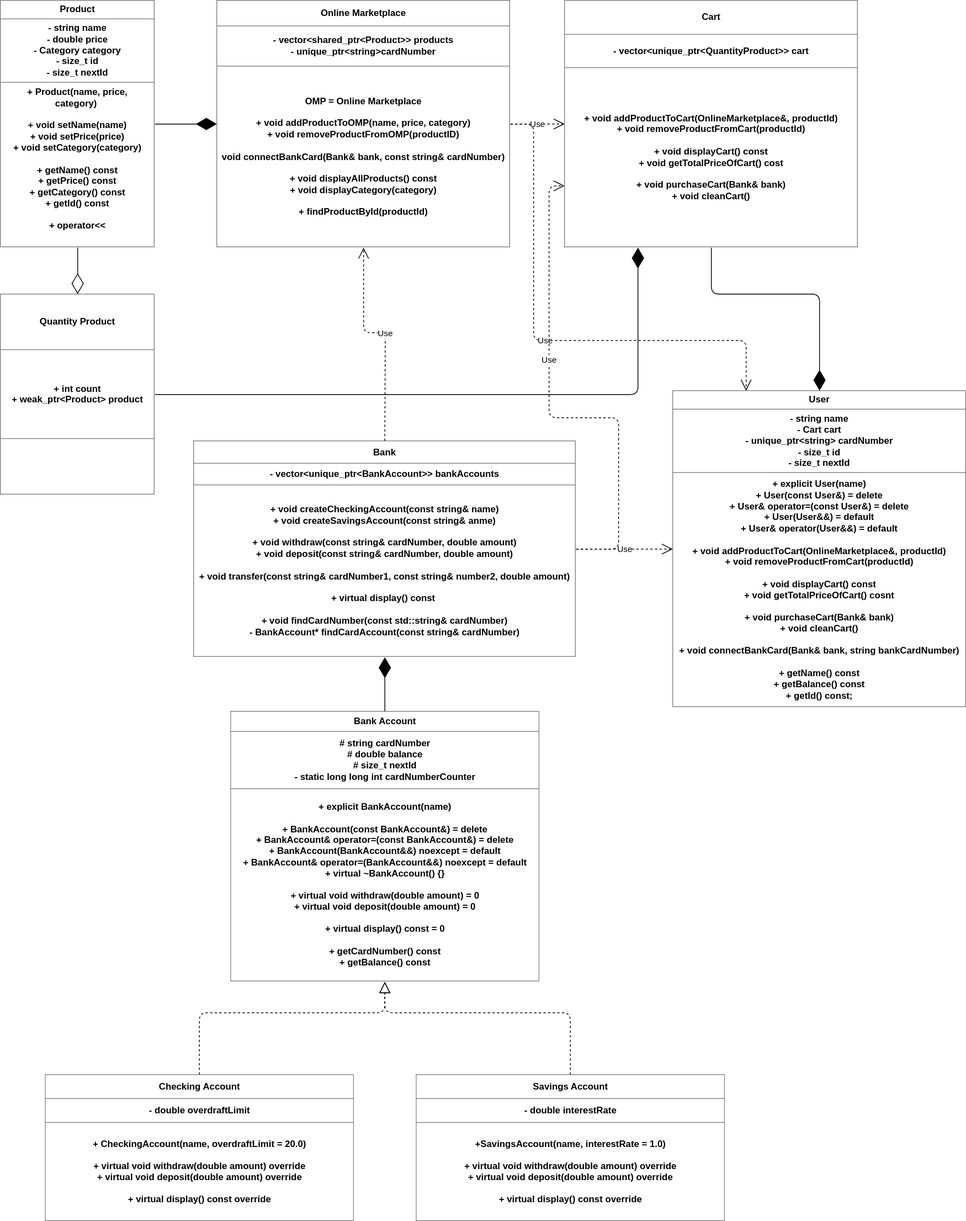
Earlier version of the draw.io export UML.svg (edgar01012006/Cpp_Online_Marketplace). Source tidied: cells renumbered, new cells last; positions are measured from the earlier drawing's top-left corner, leaving out a move shared by most shapes.
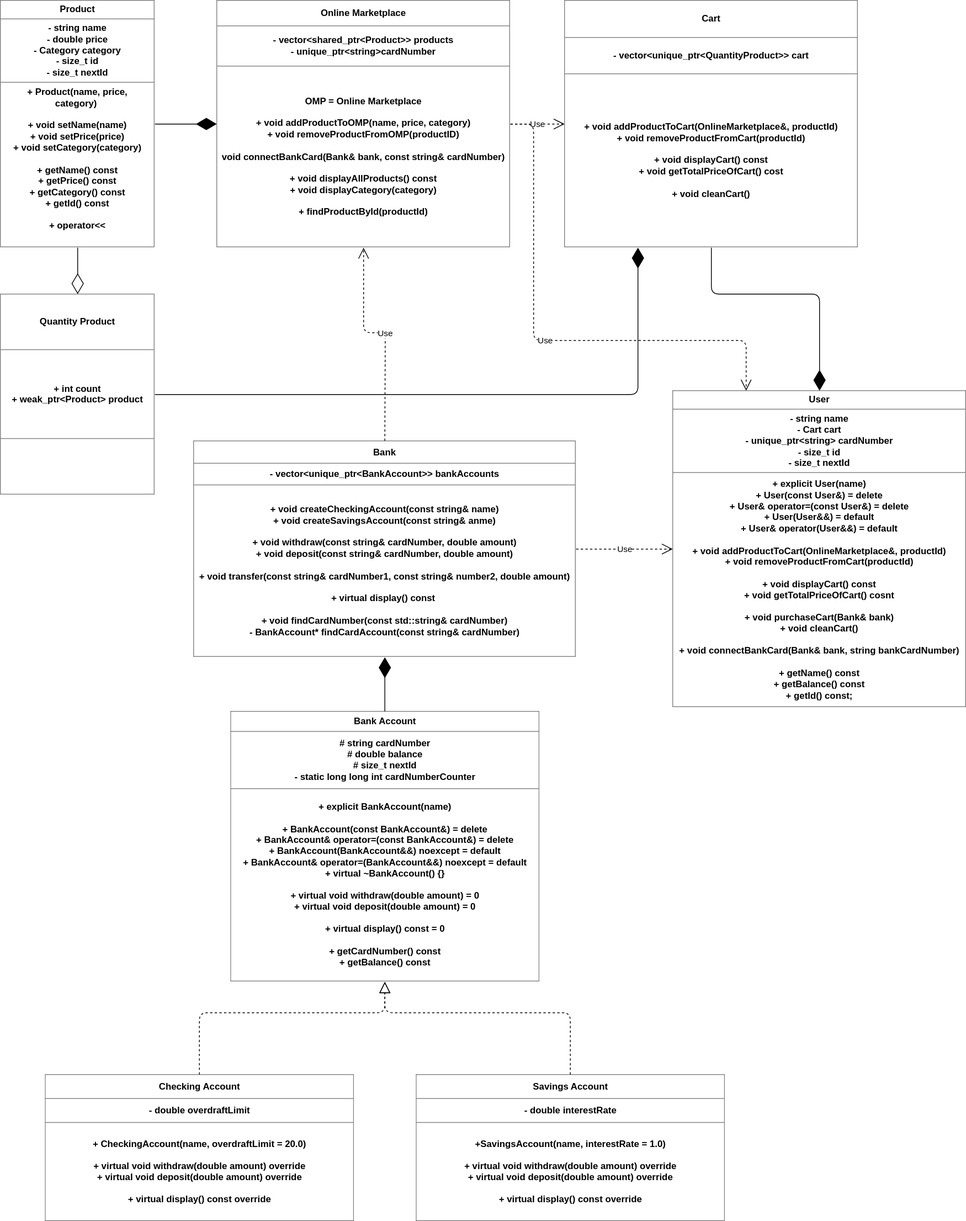
After the change.

Change to the diagram source:
```diff
@@ -11,7 +11,7 @@
     <mxCell id="4" style="endArrow=diamondThin;endFill=1;endSize=24;html=1;exitX=1;exitY=0.5;exitDx=0;exitDy=0;entryX=0;entryY=0.5;entryDx=0;entryDy=0;" parent="1" edge="1" source="2" target="3">
       <mxGeometry relative="1" as="geometry" />
     </mxCell>
-    <mxCell id="5" value="&lt;table border=&quot;1&quot; width=&quot;100%&quot; height=&quot;100%&quot; cellpadding=&quot;4&quot; style=&quot;width:100%;height:100%;border-collapse:collapse;&quot;&gt;&lt;tbody&gt;&lt;tr&gt;&lt;th align=&quot;center&quot;&gt;&lt;font style=&quot;color: light-dark(rgb(0, 0, 0), rgb(255, 255, 255));&quot;&gt;Cart&lt;/font&gt;&lt;/th&gt;&lt;/tr&gt;&lt;tr&gt;&lt;td align=&quot;center&quot;&gt;&lt;b&gt;- vector&amp;lt;unique_ptr&amp;lt;QuantityProduct&amp;gt;&amp;gt; cart&lt;/b&gt;&lt;/td&gt;&lt;/tr&gt;&lt;tr&gt;&lt;td align=&quot;center&quot;&gt;&lt;b&gt;+ void addProductToCart(OnlineMarketplace&amp;amp;, productId)&lt;br&gt;+ void removeProductFromCart(productId)&lt;br&gt;&lt;br&gt;+ void displayCart() const&lt;br&gt;+ void getTotalPriceOfCart() cost&lt;br&gt;&lt;br&gt;+ void purchaseCart(Bank&amp;amp; bank)&lt;br&gt;+ void cleanCart()&lt;/b&gt;&lt;/td&gt;&lt;/tr&gt;&lt;/tbody&gt;&lt;/table&gt;" style="text;html=1;whiteSpace=wrap;strokeColor=none;fillColor=default;overflow=fill;gradientColor=none;fillStyle=auto;" parent="1" vertex="1">
+    <mxCell id="5" value="&lt;table border=&quot;1&quot; width=&quot;100%&quot; height=&quot;100%&quot; cellpadding=&quot;4&quot; style=&quot;width:100%;height:100%;border-collapse:collapse;&quot;&gt;&lt;tbody&gt;&lt;tr&gt;&lt;th align=&quot;center&quot;&gt;&lt;font style=&quot;color: light-dark(rgb(0, 0, 0), rgb(255, 255, 255));&quot;&gt;Cart&lt;/font&gt;&lt;/th&gt;&lt;/tr&gt;&lt;tr&gt;&lt;td align=&quot;center&quot;&gt;&lt;b&gt;- vector&amp;lt;unique_ptr&amp;lt;QuantityProduct&amp;gt;&amp;gt; cart&lt;/b&gt;&lt;/td&gt;&lt;/tr&gt;&lt;tr&gt;&lt;td align=&quot;center&quot;&gt;&lt;b&gt;+ void addProductToCart(OnlineMarketplace&amp;amp;, productId)&lt;br&gt;+ void removeProductFromCart(productId)&lt;br&gt;&lt;br&gt;+ void displayCart() const&lt;br&gt;+ void getTotalPriceOfCart() cost&lt;br&gt;&lt;br&gt;+ void cleanCart()&lt;/b&gt;&lt;/td&gt;&lt;/tr&gt;&lt;/tbody&gt;&lt;/table&gt;" style="text;html=1;whiteSpace=wrap;strokeColor=none;fillColor=default;overflow=fill;gradientColor=none;fillStyle=auto;" parent="1" vertex="1">
       <mxGeometry x="730" width="380" height="320" as="geometry" />
     </mxCell>
     <mxCell id="6" value="&lt;table border=&quot;1&quot; width=&quot;100%&quot; height=&quot;100%&quot; cellpadding=&quot;4&quot; style=&quot;width:100%;height:100%;border-collapse:collapse;&quot;&gt;&lt;tbody&gt;&lt;tr&gt;&lt;th align=&quot;center&quot;&gt;&lt;font style=&quot;color: light-dark(rgb(0, 0, 0), rgb(255, 255, 255));&quot;&gt;Quantity Product&lt;/font&gt;&lt;/th&gt;&lt;/tr&gt;&lt;tr&gt;&lt;td align=&quot;center&quot;&gt;&lt;b&gt;+ int count&lt;br&gt;+ weak_ptr&amp;lt;Product&amp;gt; product&lt;br&gt;&lt;/b&gt;&lt;/td&gt;&lt;/tr&gt;&lt;tr&gt;&lt;td align=&quot;center&quot;&gt;&lt;br&gt;&lt;/td&gt;&lt;/tr&gt;&lt;/tbody&gt;&lt;/table&gt;" style="text;html=1;whiteSpace=wrap;strokeColor=none;fillColor=default;overflow=fill;gradientColor=none;fillStyle=auto;" parent="1" vertex="1">
@@ -92,15 +92,5 @@
         </Array>
       </mxGeometry>
     </mxCell>
-    <mxCell id="22" value="Use" style="endArrow=open;endSize=12;dashed=1;html=1;entryX=0;entryY=0.75;entryDx=0;entryDy=0;exitX=1;exitY=0.5;exitDx=0;exitDy=0;" parent="1" edge="1" source="14" target="5">
-      <mxGeometry x="0.23" relative="1" as="geometry">
-        <Array as="points">
-          <mxPoint x="800" y="710" />
-          <mxPoint x="800" y="540" />
-          <mxPoint x="710" y="540" />
-          <mxPoint x="710" y="240" />
-        </Array>
-      </mxGeometry>
-    </mxCell>
   </root>
 </mxGraphModel>
```
